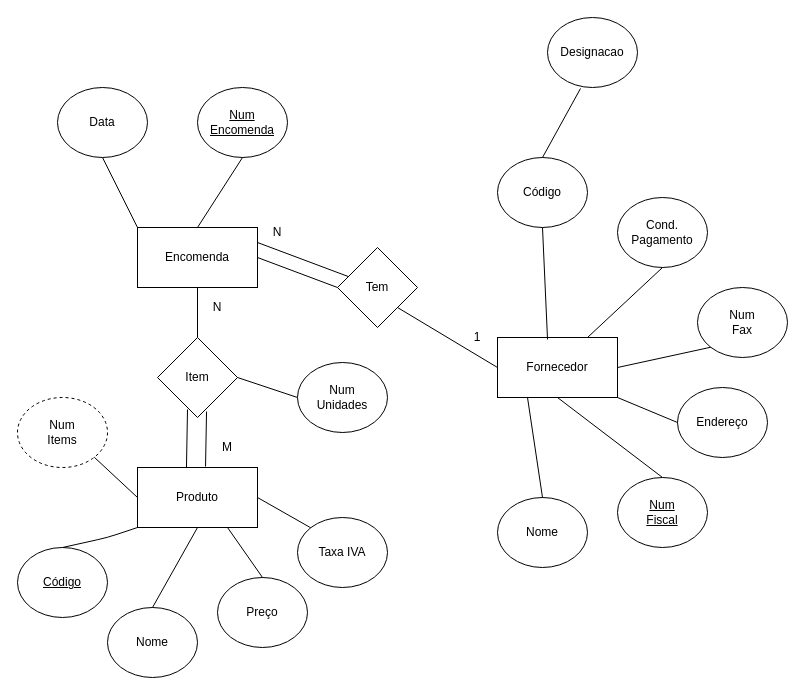
Earlier version of the draw.io diagram G01/ex1.drawio (ahridesu/guioes-BD). Source tidied: cells renumbered, new cells numbered last; positions are measured from the earlier drawing's top-left corner, leaving out a move shared by most shapes. Both pictures are drawn from the tidied source at 100%, with x=0, y=0 at pixel (17, 17).
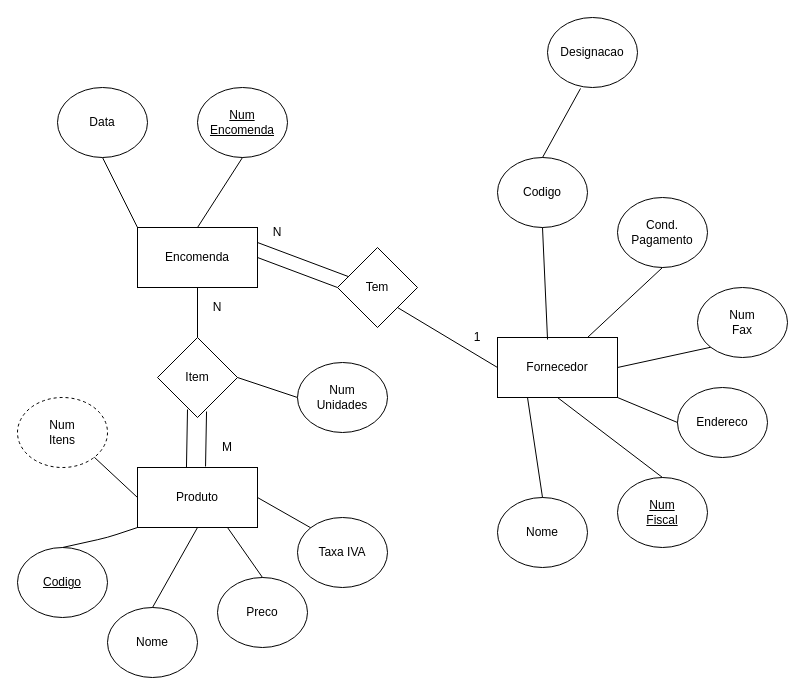
The same diagram, later.

What changed in the source:
```diff
@@
-    <mxCell id="13" value="&lt;u&gt;Código&lt;/u&gt;" style="ellipse;whiteSpace=wrap;html=1;" parent="1" vertex="1">
+    <mxCell id="13" value="&lt;u&gt;Codigo&lt;/u&gt;" style="ellipse;whiteSpace=wrap;html=1;" parent="1" vertex="1">
       <mxGeometry y="530" width="90" height="70" as="geometry" />
     </mxCell>
@@
-    <mxCell id="15" value="Preço" style="ellipse;whiteSpace=wrap;html=1;" parent="1" vertex="1">
+    <mxCell id="15" value="Preco" style="ellipse;whiteSpace=wrap;html=1;" parent="1" vertex="1">
       <mxGeometry x="200" y="560" width="90" height="70" as="geometry" />
     </mxCell>
@@
-    <mxCell id="27" value="Endereço" style="ellipse;whiteSpace=wrap;html=1;" parent="1" vertex="1">
+    <mxCell id="27" value="Endereco" style="ellipse;whiteSpace=wrap;html=1;" parent="1" vertex="1">
       <mxGeometry x="660" y="370" width="90" height="70" as="geometry" />
     </mxCell>
@@
-    <mxCell id="30" value="Código" style="ellipse;whiteSpace=wrap;html=1;" parent="1" vertex="1">
+    <mxCell id="30" value="Codigo" style="ellipse;whiteSpace=wrap;html=1;" parent="1" vertex="1">
       <mxGeometry x="480" y="140" width="90" height="70" as="geometry" />
     </mxCell>
@@
-    <mxCell id="43" value="Num&lt;br&gt;Items" style="ellipse;whiteSpace=wrap;html=1;dashed=1;" parent="1" vertex="1">
+    <mxCell id="43" value="Num&lt;br&gt;Itens" style="ellipse;whiteSpace=wrap;html=1;dashed=1;" parent="1" vertex="1">
       <mxGeometry y="380" width="90" height="70" as="geometry" />
     </mxCell>
```
